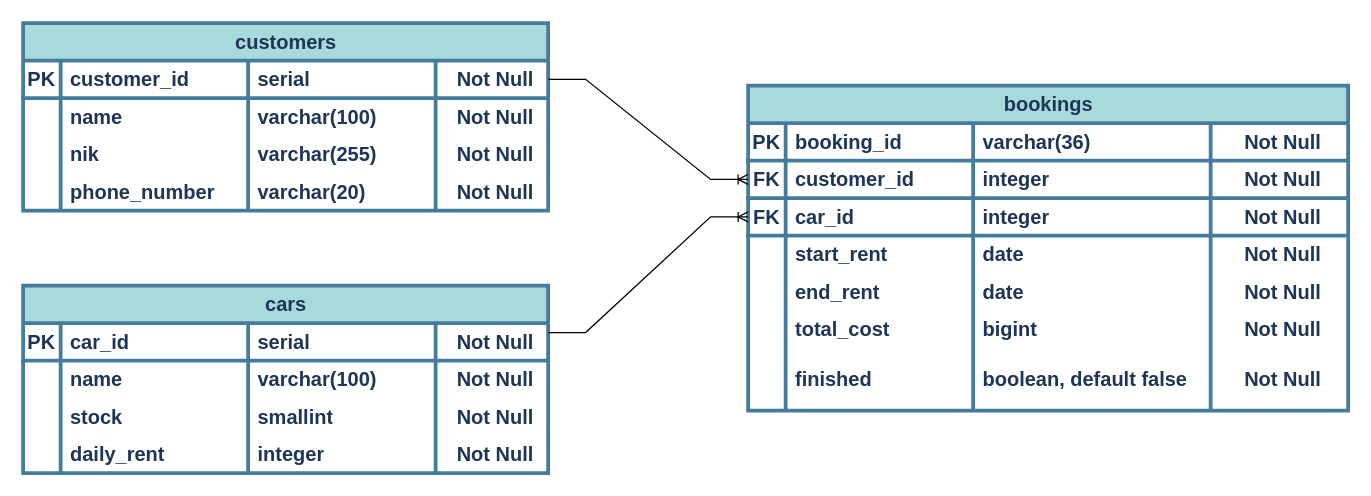
Above: page "V1" (1 of 2) of erd_car_rental_v1.drawio in DevisArya/car-rental (draw.io), before the change. Source tidied: cells renumbered, new cells numbered last; positions are measured from the earlier drawing's top-left corner, leaving out a move shared by most shapes. Both pictures are drawn from the tidied source at 125%, with x=0, y=0 at pixel (22, 22).
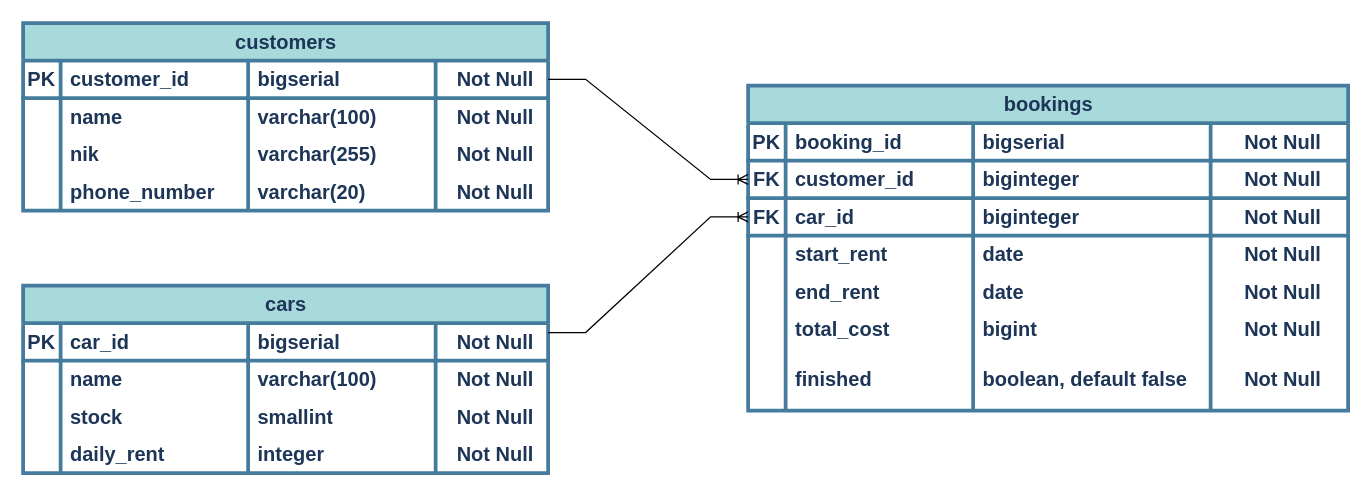
The same diagram, later.

The change refers to these unchanged cells:
```xml
<mxCell id="3" style="shape=tableRow;horizontal=0;startSize=0;swimlaneHead=0;swimlaneBody=0;fillColor=none;points=[[0,0.5],[1,0.5]];portConstraint=eastwest;top=0;left=0;right=0;bottom=0;labelBackgroundColor=none;strokeColor=#457B9D;fontColor=#1D3557;strokeWidth=3;fontSize=16;fontStyle=1;" parent="2" vertex="1">
  <mxGeometry y="30" width="420" height="30" as="geometry" />
</mxCell>
<mxCell id="24" style="shape=tableRow;horizontal=0;startSize=0;swimlaneHead=0;swimlaneBody=0;fillColor=none;top=0;left=0;right=0;bottom=0;labelBackgroundColor=none;strokeColor=#457B9D;fontColor=#1D3557;strokeWidth=3;fontSize=16;fontStyle=1;" parent="23" vertex="1">
  <mxGeometry y="30" width="480" height="30" as="geometry" />
</mxCell>
<mxCell id="29" style="shape=tableRow;horizontal=0;startSize=0;swimlaneHead=0;swimlaneBody=0;fillColor=none;points=[[0,0.5],[1,0.5]];portConstraint=eastwest;top=0;left=0;right=0;bottom=0;labelBackgroundColor=none;strokeColor=#457B9D;fontColor=#1D3557;strokeWidth=3;fontSize=16;fontStyle=1;" parent="23" vertex="1">
  <mxGeometry y="60" width="480" height="30" as="geometry" />
</mxCell>
<mxCell id="34" style="shape=tableRow;horizontal=0;startSize=0;swimlaneHead=0;swimlaneBody=0;fillColor=none;points=[[0,0.5],[1,0.5]];portConstraint=eastwest;top=0;left=0;right=0;bottom=0;labelBackgroundColor=none;strokeColor=#457B9D;fontColor=#1D3557;strokeWidth=3;fontSize=16;fontStyle=1;" parent="23" vertex="1">
  <mxGeometry y="90" width="480" height="30" as="geometry" />
</mxCell>
<mxCell id="60" style="shape=tableRow;horizontal=0;startSize=0;swimlaneHead=0;swimlaneBody=0;fillColor=none;top=0;left=0;right=0;bottom=0;labelBackgroundColor=none;strokeColor=#457B9D;fontColor=#1D3557;strokeWidth=3;fontSize=16;fontStyle=1;" parent="59" vertex="1">
  <mxGeometry y="30" width="420" height="30" as="geometry" />
</mxCell>
```

The edit, as a diff of the source:
```diff
@@
-    <mxCell id="6" value="serial" style="shape=partialRectangle;fillColor=none;top=0;left=0;bottom=1;right=0;align=left;spacingLeft=6;overflow=hidden;whiteSpace=wrap;html=1;labelBackgroundColor=none;strokeColor=#457B9D;fontColor=#1D3557;fontStyle=1;strokeWidth=3;fontSize=16;" parent="3" vertex="1">
+    <mxCell id="6" value="bigserial" style="shape=partialRectangle;fillColor=none;top=0;left=0;bottom=1;right=0;align=left;spacingLeft=6;overflow=hidden;whiteSpace=wrap;html=1;labelBackgroundColor=none;strokeColor=#457B9D;fontColor=#1D3557;fontStyle=1;strokeWidth=3;fontSize=16;" parent="3" vertex="1">
       <mxGeometry x="180" width="150" height="30" as="geometry" />
     </mxCell>
@@
-    <mxCell id="27" value="varchar(36)" style="shape=partialRectangle;fillColor=none;top=0;left=0;bottom=1;right=0;align=left;spacingLeft=6;overflow=hidden;whiteSpace=wrap;html=1;labelBackgroundColor=none;strokeColor=#457B9D;fontColor=#1D3557;fontStyle=1;strokeWidth=3;fontSize=16;" parent="24" vertex="1">
+    <mxCell id="27" value="bigserial" style="shape=partialRectangle;fillColor=none;top=0;left=0;bottom=1;right=0;align=left;spacingLeft=6;overflow=hidden;whiteSpace=wrap;html=1;labelBackgroundColor=none;strokeColor=#457B9D;fontColor=#1D3557;fontStyle=1;strokeWidth=3;fontSize=16;" parent="24" vertex="1">
       <mxGeometry x="180" width="190" height="30" as="geometry" />
     </mxCell>
@@
-    <mxCell id="32" value="integer" style="shape=partialRectangle;fillColor=none;top=0;left=0;bottom=1;right=0;align=left;spacingLeft=6;overflow=hidden;whiteSpace=wrap;html=1;labelBackgroundColor=none;strokeColor=#457B9D;fontColor=#1D3557;strokeWidth=3;fontSize=16;fontStyle=1;" parent="29" vertex="1">
+    <mxCell id="32" value="biginteger" style="shape=partialRectangle;fillColor=none;top=0;left=0;bottom=1;right=0;align=left;spacingLeft=6;overflow=hidden;whiteSpace=wrap;html=1;labelBackgroundColor=none;strokeColor=#457B9D;fontColor=#1D3557;strokeWidth=3;fontSize=16;fontStyle=1;" parent="29" vertex="1">
       <mxGeometry x="180" width="190" height="30" as="geometry" />
     </mxCell>
@@
-    <mxCell id="37" value="integer" style="shape=partialRectangle;fillColor=none;top=0;left=0;bottom=1;right=0;align=left;spacingLeft=6;overflow=hidden;whiteSpace=wrap;html=1;labelBackgroundColor=none;strokeColor=#457B9D;fontColor=#1D3557;strokeWidth=3;fontSize=16;fontStyle=1;" parent="34" vertex="1">
+    <mxCell id="37" value="biginteger" style="shape=partialRectangle;fillColor=none;top=0;left=0;bottom=1;right=0;align=left;spacingLeft=6;overflow=hidden;whiteSpace=wrap;html=1;labelBackgroundColor=none;strokeColor=#457B9D;fontColor=#1D3557;strokeWidth=3;fontSize=16;fontStyle=1;" parent="34" vertex="1">
       <mxGeometry x="180" width="190" height="30" as="geometry" />
     </mxCell>
@@
-    <mxCell id="63" value="serial" style="shape=partialRectangle;fillColor=none;top=0;left=0;bottom=1;right=0;align=left;spacingLeft=6;overflow=hidden;whiteSpace=wrap;html=1;labelBackgroundColor=none;strokeColor=#457B9D;fontColor=#1D3557;fontStyle=1;strokeWidth=3;fontSize=16;" parent="60" vertex="1">
+    <mxCell id="63" value="bigserial" style="shape=partialRectangle;fillColor=none;top=0;left=0;bottom=1;right=0;align=left;spacingLeft=6;overflow=hidden;whiteSpace=wrap;html=1;labelBackgroundColor=none;strokeColor=#457B9D;fontColor=#1D3557;fontStyle=1;strokeWidth=3;fontSize=16;" parent="60" vertex="1">
       <mxGeometry x="180" width="150" height="30" as="geometry" />
     </mxCell>
```
